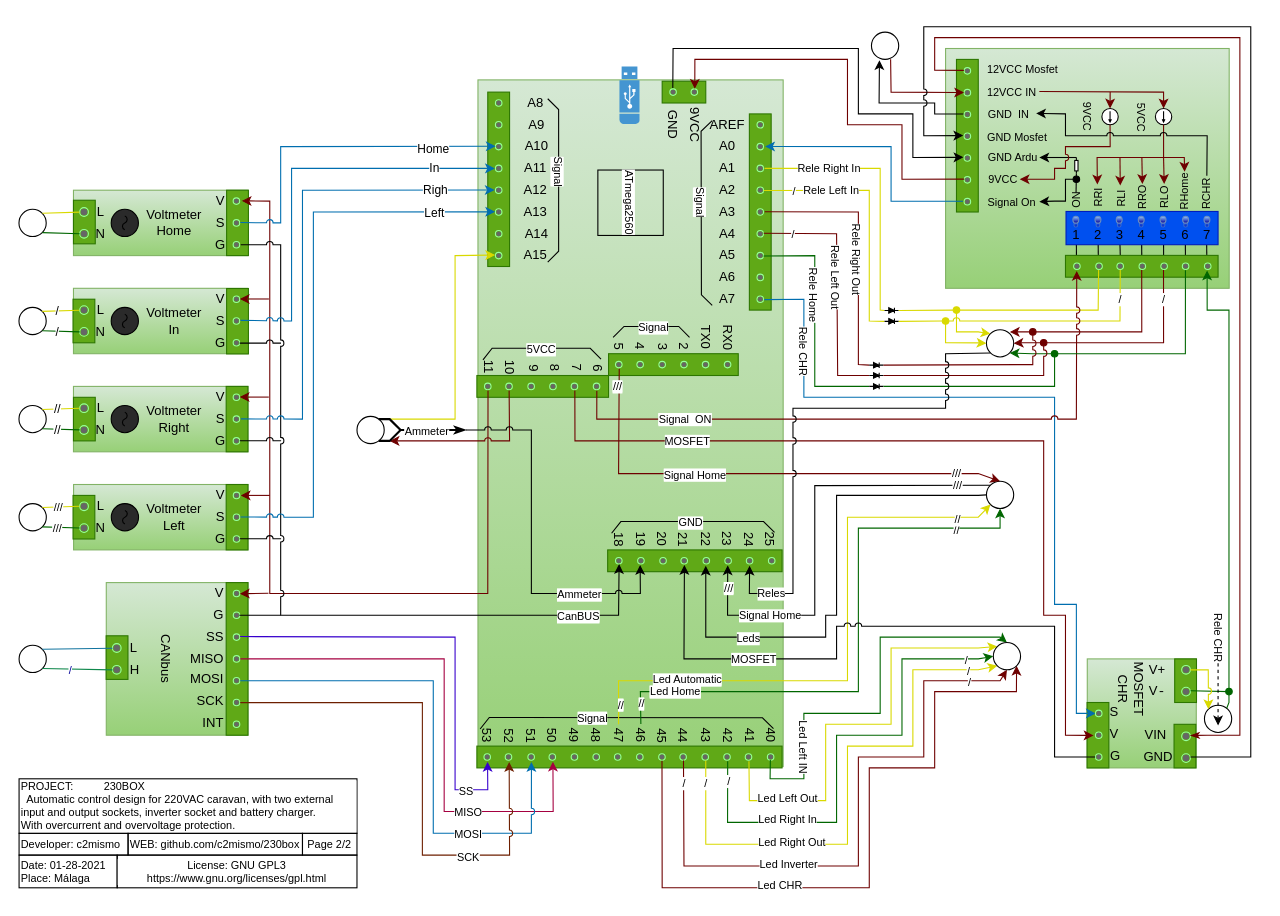
Earlier version of the draw.io diagram page "Página-2" (2 of 2) of high_voltage/documents/ElectricScheme/Electric_Scheme.drawio (c2mismo/caravan). Source tidied: cells renumbered, new cells numbered last; positions are measured from the earlier drawing's top-left corner, leaving out a move shared by most shapes. Both pictures are drawn from the tidied source at 109%, with x=0, y=0 at pixel (19, 26).
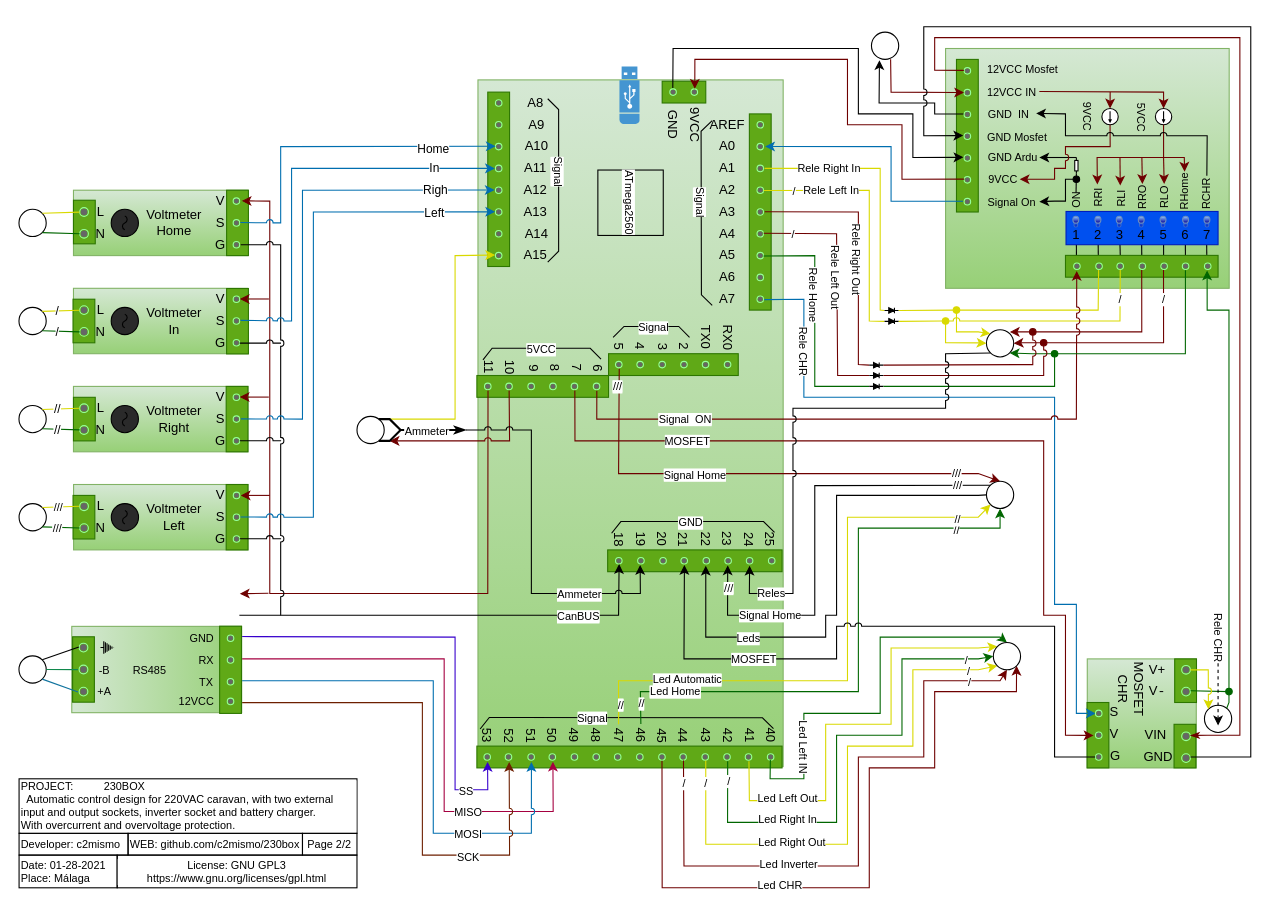
The same diagram, later.

Unchanged cells that the change refers to:
```xml
<mxCell id="76" style="dashed=0;labelPosition=right;align=left;shape=mxgraph.gmdl.radiobutton;strokeWidth=1;fontColor=#ffffff;strokeColor=#96FF9D;fillColor=#666666;" parent="1" vertex="1">
  <mxGeometry x="466.8" y="667" width="6" height="6" as="geometry" />
</mxCell>
<mxCell id="77" style="dashed=0;labelPosition=right;align=left;shape=mxgraph.gmdl.radiobutton;strokeWidth=1;fontColor=#ffffff;strokeColor=#96FF9D;fillColor=#666666;" parent="1" vertex="1">
  <mxGeometry x="446" y="667" width="6" height="6" as="geometry" />
</mxCell>
<mxCell id="78" style="dashed=0;labelPosition=right;align=left;shape=mxgraph.gmdl.radiobutton;strokeWidth=1;fontColor=#ffffff;strokeColor=#96FF9D;fillColor=#666666;" parent="1" vertex="1">
  <mxGeometry x="426.5" y="667" width="6" height="6" as="geometry" />
</mxCell>
```

Change to the diagram source:
```diff
@@
-    <mxCell id="10" style="rounded=0;whiteSpace=wrap;html=1;strokeColor=#82b366;fontSize=10;labelBackgroundColor=#2a2a2a;endFill=0;endSize=1;startFill=1;startArrow=classic;gradientColor=#97d077;fillColor=#d5e8d4;" parent="1" vertex="1">
-      <mxGeometry x="80" y="510" width="130" height="140" as="geometry" />
-    </mxCell>
-    <mxCell id="11" style="rounded=0;whiteSpace=wrap;html=1;labelBackgroundColor=#FFFFFF;strokeColor=#2D7600;fillColor=#60a917;fontSize=10;fontColor=#ffffff;align=center;" parent="1" vertex="1">
-      <mxGeometry x="79.9" y="558.8" width="20" height="40" as="geometry" />
-    </mxCell>
@@
-    <mxCell id="20" style="rounded=0;whiteSpace=wrap;html=1;labelBackgroundColor=#FFFFFF;strokeColor=#2D7600;fillColor=#60a917;fontSize=10;fontColor=#ffffff;align=center;" parent="1" vertex="1">
-      <mxGeometry x="190" y="510" width="20" height="140" as="geometry" />
-    </mxCell>
@@
     <mxCell id="166" style="ellipse;whiteSpace=wrap;html=1;strokeColor=#000000;" parent="1" vertex="1">
-      <mxGeometry y="567.5" width="25" height="25" as="geometry" />
+      <mxGeometry x="-0.1" y="577.2" width="25" height="25" as="geometry" />
     </mxCell>
@@
-    <mxCell id="291" style="dashed=0;labelPosition=right;align=left;shape=mxgraph.gmdl.radiobutton;strokeWidth=1;fontColor=#ffffff;strokeColor=#96FF9D;fillColor=#666666;" parent="1" vertex="1">
-      <mxGeometry x="85.6" y="566" width="8" height="8" as="geometry" />
-    </mxCell>
-    <mxCell id="292" style="dashed=0;labelPosition=right;align=left;shape=mxgraph.gmdl.radiobutton;strokeWidth=1;fontColor=#ffffff;strokeColor=#96FF9D;fillColor=#666666;" parent="1" vertex="1">
-      <mxGeometry x="85.6" y="586" width="8" height="8" as="geometry" />
-    </mxCell>
-    <mxCell id="293" style="dashed=0;labelPosition=right;align=left;shape=mxgraph.gmdl.radiobutton;strokeWidth=1;fontColor=#ffffff;strokeColor=#96FF9D;fillColor=#666666;" parent="1" vertex="1">
-      <mxGeometry x="196.5" y="617" width="6" height="6" as="geometry" />
-    </mxCell>
-    <mxCell id="294" style="dashed=0;labelPosition=right;align=left;shape=mxgraph.gmdl.radiobutton;strokeWidth=1;fontColor=#ffffff;strokeColor=#96FF9D;fillColor=#666666;" parent="1" vertex="1">
-      <mxGeometry x="196.5" y="637" width="6" height="6" as="geometry" />
-    </mxCell>
-    <mxCell id="295" style="dashed=0;labelPosition=right;align=left;shape=mxgraph.gmdl.radiobutton;strokeWidth=1;fontColor=#ffffff;strokeColor=#96FF9D;fillColor=#666666;" parent="1" vertex="1">
-      <mxGeometry x="196.5" y="597" width="6" height="6" as="geometry" />
-    </mxCell>
-    <mxCell id="296" value="&lt;font color=&quot;#000000&quot;&gt;CANbus&lt;br&gt;&lt;/font&gt;" style="text;html=1;strokeColor=none;fillColor=none;align=center;verticalAlign=middle;whiteSpace=wrap;rounded=0;rotation=90;" parent="1" vertex="1">
-      <mxGeometry x="110" y="568.9" width="50" height="22.2" as="geometry" />
-    </mxCell>
-    <mxCell id="297" value="&lt;font color=&quot;#000000&quot;&gt;H&lt;/font&gt;" style="text;html=1;strokeColor=none;fillColor=none;align=left;verticalAlign=middle;whiteSpace=wrap;rounded=0;" parent="1" vertex="1">
-      <mxGeometry x="99.9" y="581.2" width="10.1" height="17.5" as="geometry" />
-    </mxCell>
-    <mxCell id="298" value="&lt;font color=&quot;#000000&quot;&gt;MOSI&lt;/font&gt;" style="text;html=1;strokeColor=none;fillColor=none;align=right;verticalAlign=middle;whiteSpace=wrap;rounded=0;" parent="1" vertex="1">
-      <mxGeometry x="160" y="594" width="30" height="10" as="geometry" />
-    </mxCell>
-    <mxCell id="299" value="&lt;font color=&quot;#000000&quot;&gt;SCK&lt;/font&gt;" style="text;html=1;strokeColor=none;fillColor=none;align=right;verticalAlign=middle;whiteSpace=wrap;rounded=0;" parent="1" vertex="1">
-      <mxGeometry x="160" y="614" width="30" height="10" as="geometry" />
-    </mxCell>
-    <mxCell id="300" value="&lt;font color=&quot;#000000&quot;&gt;INT&lt;/font&gt;" style="text;html=1;strokeColor=none;fillColor=none;align=right;verticalAlign=middle;whiteSpace=wrap;rounded=0;" parent="1" vertex="1">
-      <mxGeometry x="160" y="634" width="30" height="10" as="geometry" />
-    </mxCell>
-    <mxCell id="301" style="dashed=0;labelPosition=right;align=left;shape=mxgraph.gmdl.radiobutton;strokeWidth=1;fontColor=#ffffff;strokeColor=#96FF9D;fillColor=#666666;" parent="1" vertex="1">
-      <mxGeometry x="196.5" y="557" width="6" height="6" as="geometry" />
-    </mxCell>
-    <mxCell id="302" style="dashed=0;labelPosition=right;align=left;shape=mxgraph.gmdl.radiobutton;strokeWidth=1;fontColor=#ffffff;strokeColor=#96FF9D;fillColor=#666666;" parent="1" vertex="1">
-      <mxGeometry x="196.5" y="577" width="6" height="6" as="geometry" />
-    </mxCell>
-    <mxCell id="303" style="dashed=0;labelPosition=right;align=left;shape=mxgraph.gmdl.radiobutton;strokeWidth=1;fontColor=#ffffff;strokeColor=#96FF9D;fillColor=#666666;" parent="1" vertex="1">
-      <mxGeometry x="196.5" y="537" width="6" height="6" as="geometry" />
-    </mxCell>
-    <mxCell id="304" style="dashed=0;labelPosition=right;align=left;shape=mxgraph.gmdl.radiobutton;strokeWidth=1;fontColor=#ffffff;strokeColor=#96FF9D;fillColor=#666666;" parent="1" vertex="1">
-      <mxGeometry x="196.5" y="517" width="6" height="6" as="geometry" />
-    </mxCell>
-    <mxCell id="305" value="&lt;font color=&quot;#000000&quot;&gt;G&lt;/font&gt;" style="text;html=1;strokeColor=none;fillColor=none;align=right;verticalAlign=middle;whiteSpace=wrap;rounded=0;" parent="1" vertex="1">
-      <mxGeometry x="160" y="535" width="30" height="10" as="geometry" />
-    </mxCell>
-    <mxCell id="306" value="&lt;font color=&quot;#000000&quot;&gt;SS&lt;/font&gt;" style="text;html=1;strokeColor=none;fillColor=none;align=right;verticalAlign=middle;whiteSpace=wrap;rounded=0;" parent="1" vertex="1">
-      <mxGeometry x="160" y="555" width="30" height="10" as="geometry" />
-    </mxCell>
-    <mxCell id="307" value="&lt;font color=&quot;#000000&quot;&gt;MISO&lt;/font&gt;" style="text;html=1;strokeColor=none;fillColor=none;align=right;verticalAlign=middle;whiteSpace=wrap;rounded=0;" parent="1" vertex="1">
-      <mxGeometry x="160" y="575" width="30" height="10" as="geometry" />
-    </mxCell>
-    <mxCell id="308" value="&lt;font color=&quot;#000000&quot;&gt;V&lt;/font&gt;" style="text;html=1;strokeColor=none;fillColor=none;align=right;verticalAlign=middle;whiteSpace=wrap;rounded=0;" parent="1" vertex="1">
-      <mxGeometry x="160" y="515" width="30" height="10" as="geometry" />
-    </mxCell>
-    <mxCell id="309" value="&lt;font color=&quot;#000000&quot;&gt;L&lt;/font&gt;" style="text;html=1;strokeColor=none;fillColor=none;align=left;verticalAlign=middle;whiteSpace=wrap;rounded=0;" parent="1" vertex="1">
-      <mxGeometry x="99.9" y="561.2" width="10.1" height="17.5" as="geometry" />
-    </mxCell>
@@
-    <mxCell id="354" style="endArrow=none;html=1;fontSize=10;startArrow=none;startFill=0;rounded=0;endFill=0;strokeColor=#000000;jumpStyle=arc;exitX=0.94;exitY=0.5;exitDx=0;exitDy=0;exitPerimeter=0;" parent="1" edge="1" source="303">
+    <mxCell id="354" style="endArrow=none;html=1;fontSize=10;startArrow=none;startFill=0;rounded=0;endFill=0;strokeColor=#000000;jumpStyle=arc;exitX=0.94;exitY=0.5;exitDx=0;exitDy=0;exitPerimeter=0;" parent="1" edge="1">
       <mxGeometry relative="1" as="geometry">
+        <mxPoint x="202.1" y="540" as="sourcePoint" />
         <mxPoint x="240" y="540" as="targetPoint" />
       </mxGeometry>
     </mxCell>
@@
-    <mxCell id="387" style="endArrow=classic;html=1;fontSize=10;startArrow=none;startFill=0;rounded=0;endFill=1;jumpStyle=arc;fillColor=#6a00ff;strokeColor=#3700CC;exitX=1.047;exitY=0.417;exitDx=0;exitDy=0;exitPerimeter=0;entryX=0.549;entryY=1.247;entryDx=0;entryDy=0;entryPerimeter=0;" parent="1" edge="1" source="301" target="78">
+    <mxCell id="387" style="endArrow=classic;html=1;fontSize=10;startArrow=none;startFill=0;rounded=0;endFill=1;jumpStyle=arc;fillColor=#6a00ff;strokeColor=#3700CC;exitX=1.047;exitY=0.417;exitDx=0;exitDy=0;exitPerimeter=0;entryX=0.549;entryY=1.247;entryDx=0;entryDy=0;entryPerimeter=0;" parent="1" edge="1" target="78">
       <mxGeometry relative="1" as="geometry">
+        <mxPoint x="202.8" y="559.5" as="sourcePoint" />
         <Array as="points">
           <mxPoint x="400" y="560" />
           <mxPoint x="400" y="700" />
           <mxPoint x="430" y="700" />
         </Array>
       </mxGeometry>
     </mxCell>
@@
-    <mxCell id="391" style="endArrow=classic;html=1;fontSize=10;startArrow=none;startFill=0;rounded=0;endFill=1;jumpStyle=arc;fillColor=#1ba1e2;strokeColor=#006EAF;exitX=1.065;exitY=0.515;exitDx=0;exitDy=0;exitPerimeter=0;entryX=0.543;entryY=1.26;entryDx=0;entryDy=0;entryPerimeter=0;" parent="1" edge="1" source="295" target="76">
+    <mxCell id="391" style="endArrow=classic;html=1;fontSize=10;startArrow=none;startFill=0;rounded=0;endFill=1;jumpStyle=arc;fillColor=#1ba1e2;strokeColor=#006EAF;exitX=1.065;exitY=0.515;exitDx=0;exitDy=0;exitPerimeter=0;entryX=0.543;entryY=1.26;entryDx=0;entryDy=0;entryPerimeter=0;" parent="1" edge="1" target="76">
       <mxGeometry relative="1" as="geometry">
+        <mxPoint x="202.9" y="600.1" as="sourcePoint" />
         <Array as="points">
           <mxPoint x="380" y="600" />
           <mxPoint x="380" y="740" />
           <mxPoint x="470" y="740" />
         </Array>
       </mxGeometry>
     </mxCell>
@@
-    <mxCell id="393" style="endArrow=classic;html=1;fontSize=10;startArrow=none;startFill=0;rounded=0;endFill=1;jumpStyle=arc;fillColor=#a0522d;strokeColor=#6D1F00;exitX=1.065;exitY=0.524;exitDx=0;exitDy=0;exitPerimeter=0;entryX=0.606;entryY=1.26;entryDx=0;entryDy=0;entryPerimeter=0;" parent="1" edge="1" source="293" target="77">
+    <mxCell id="393" style="endArrow=classic;html=1;fontSize=10;startArrow=none;startFill=0;rounded=0;endFill=1;jumpStyle=arc;fillColor=#a0522d;strokeColor=#6D1F00;exitX=1.065;exitY=0.524;exitDx=0;exitDy=0;exitPerimeter=0;entryX=0.606;entryY=1.26;entryDx=0;entryDy=0;entryPerimeter=0;" parent="1" edge="1" target="77">
       <mxGeometry relative="1" as="geometry">
+        <mxPoint x="202.9" y="620.1" as="sourcePoint" />
         <Array as="points">
           <mxPoint x="370" y="620" />
           <mxPoint x="370" y="760" />
           <mxPoint x="450" y="760" />
         </Array>
       </mxGeometry>
     </mxCell>
@@
-    <mxCell id="395" style="endArrow=none;html=1;fontSize=10;startArrow=none;startFill=0;rounded=0;endFill=0;jumpStyle=arc;fillColor=#b0e3e6;strokeColor=#10884C;entryX=1;entryY=1;entryDx=0;entryDy=0;exitX=0.021;exitY=0.508;exitDx=0;exitDy=0;exitPerimeter=0;" parent="1" edge="1" source="292" target="166">
-      <mxGeometry relative="1" as="geometry" />
-    </mxCell>
-    <mxCell id="396" value="&lt;span style=&quot;background-color: rgb(255 , 255 , 255)&quot;&gt;&lt;font color=&quot;#000099&quot;&gt;/&lt;/font&gt;&lt;/span&gt;" style="edgeLabel;html=1;align=center;verticalAlign=middle;fontSize=10;fontColor=#000000;" parent="395" vertex="1">
-      <mxGeometry x="0.21" relative="1" as="geometry" />
-    </mxCell>
-    <mxCell id="397" style="endArrow=none;html=1;fontSize=10;startArrow=none;startFill=0;rounded=0;endFill=0;jumpStyle=arc;fillColor=#b1ddf0;strokeColor=#10739e;entryX=1;entryY=0;entryDx=0;entryDy=0;exitX=0.007;exitY=0.524;exitDx=0;exitDy=0;exitPerimeter=0;" parent="1" edge="1" source="291" target="166">
-      <mxGeometry relative="1" as="geometry" />
-    </mxCell>
@@
+    <mxCell id="450" style="rounded=0;whiteSpace=wrap;html=1;strokeColor=#82b366;fontSize=10;align=center;gradientColor=#97d077;labelBackgroundColor=#2a2a2a;endFill=0;endSize=1;startFill=1;startArrow=classic;fillColor=#d5e8d4;rotation=-90;" parent="1" vertex="1">
+      <mxGeometry x="86.7" y="511.8" width="79.2" height="155.9" as="geometry" />
+    </mxCell>
+    <mxCell id="451" value="+A" style="text;html=1;strokeColor=none;fillColor=none;align=center;verticalAlign=middle;whiteSpace=wrap;rounded=0;fontSize=10;fontColor=#000000;rotation=0;spacing=0;" parent="1" vertex="1">
+      <mxGeometry x="71.6" y="606" width="13" height="8" as="geometry" />
+    </mxCell>
+    <mxCell id="452" value="-B" style="text;html=1;strokeColor=none;fillColor=none;align=center;verticalAlign=middle;whiteSpace=wrap;rounded=0;fontSize=10;fontColor=#000000;rotation=0;spacing=0;" parent="1" vertex="1">
+      <mxGeometry x="71.5" y="586" width="13" height="8" as="geometry" />
+    </mxCell>
+    <mxCell id="453" value="RS485" style="text;html=1;strokeColor=none;fillColor=none;align=center;verticalAlign=middle;whiteSpace=wrap;rounded=0;fontSize=10;fontColor=#000000;rotation=0;spacing=0;" parent="1" vertex="1">
+      <mxGeometry x="100" y="585.7" width="40" height="8" as="geometry" />
+    </mxCell>
+    <mxCell id="454" value="12VCC" style="text;html=1;strokeColor=none;fillColor=none;align=center;verticalAlign=middle;whiteSpace=wrap;rounded=0;fontSize=10;fontColor=#000000;rotation=0;spacing=0;" parent="1" vertex="1">
+      <mxGeometry x="145.9" y="615" width="34" height="8" as="geometry" />
+    </mxCell>
+    <mxCell id="455" value="GND" style="text;html=1;strokeColor=none;fillColor=none;align=center;verticalAlign=middle;whiteSpace=wrap;rounded=0;fontSize=10;fontColor=#000000;rotation=0;spacing=0;" parent="1" vertex="1">
+      <mxGeometry x="155.8" y="556.6" width="24.1" height="8" as="geometry" />
+    </mxCell>
+    <mxCell id="456" value="RX" style="text;html=1;strokeColor=none;fillColor=none;align=center;verticalAlign=middle;whiteSpace=wrap;rounded=0;fontSize=10;fontColor=#000000;rotation=0;spacing=0;" parent="1" vertex="1">
+      <mxGeometry x="163.8" y="577" width="16.1" height="8" as="geometry" />
+    </mxCell>
+    <mxCell id="457" value="TX" style="text;html=1;strokeColor=none;fillColor=none;align=center;verticalAlign=middle;whiteSpace=wrap;rounded=0;fontSize=10;fontColor=#000000;rotation=0;spacing=0;" parent="1" vertex="1">
+      <mxGeometry x="163.8" y="597" width="16.1" height="8" as="geometry" />
+    </mxCell>
+    <mxCell id="458" style="verticalLabelPosition=bottom;shadow=0;dashed=0;align=center;html=1;verticalAlign=top;shape=mxgraph.electrical.signal_sources.protective_earth;fontColor=#080808;strokeColor=#000000;direction=north;" parent="1" vertex="1">
+      <mxGeometry x="74.7" y="563.9" width="12" height="11.4" as="geometry" />
+    </mxCell>
+    <mxCell id="459" style="rounded=0;whiteSpace=wrap;html=1;labelBackgroundColor=#FFFFFF;strokeColor=#2D7600;fillColor=#60a917;fontSize=10;fontColor=#ffffff;align=center;" parent="1" vertex="1">
+      <mxGeometry x="184" y="550" width="20" height="80" as="geometry" />
+    </mxCell>
+    <mxCell id="460" style="rounded=0;whiteSpace=wrap;html=1;labelBackgroundColor=#FFFFFF;strokeColor=#2D7600;fillColor=#60a917;fontSize=10;fontColor=#ffffff;align=center;" parent="1" vertex="1">
+      <mxGeometry x="49.1" y="559.7" width="20" height="60" as="geometry" />
+    </mxCell>
+    <mxCell id="461" style="dashed=0;labelPosition=right;align=left;shape=mxgraph.gmdl.radiobutton;strokeWidth=1;fontColor=#ffffff;strokeColor=#96FF9D;fillColor=#666666;" parent="1" vertex="1">
+      <mxGeometry x="191" y="558" width="6" height="6" as="geometry" />
+    </mxCell>
+    <mxCell id="462" style="dashed=0;labelPosition=right;align=left;shape=mxgraph.gmdl.radiobutton;strokeWidth=1;fontColor=#ffffff;strokeColor=#96FF9D;fillColor=#666666;" parent="1" vertex="1">
+      <mxGeometry x="191" y="578" width="6" height="6" as="geometry" />
+    </mxCell>
+    <mxCell id="463" style="dashed=0;labelPosition=right;align=left;shape=mxgraph.gmdl.radiobutton;strokeWidth=1;fontColor=#ffffff;strokeColor=#96FF9D;fillColor=#666666;" parent="1" vertex="1">
+      <mxGeometry x="191" y="598" width="6" height="6" as="geometry" />
+    </mxCell>
+    <mxCell id="464" style="dashed=0;labelPosition=right;align=left;shape=mxgraph.gmdl.radiobutton;strokeWidth=1;fontColor=#ffffff;strokeColor=#96FF9D;fillColor=#666666;" parent="1" vertex="1">
+      <mxGeometry x="191" y="616" width="6" height="6" as="geometry" />
+    </mxCell>
+    <mxCell id="465" style="dashed=0;labelPosition=right;align=left;shape=mxgraph.gmdl.radiobutton;strokeWidth=1;fontColor=#ffffff;strokeColor=#96FF9D;fillColor=#666666;rotation=0;" parent="1" vertex="1">
+      <mxGeometry x="55.1" y="565.6" width="8" height="8" as="geometry" />
+    </mxCell>
+    <mxCell id="466" style="dashed=0;labelPosition=right;align=left;shape=mxgraph.gmdl.radiobutton;strokeWidth=1;fontColor=#ffffff;fillColor=#666666;rotation=0;strokeColor=#96FF9D;" parent="1" vertex="1">
+      <mxGeometry x="55.1" y="585.7" width="8" height="8" as="geometry" />
+    </mxCell>
+    <mxCell id="467" style="dashed=0;labelPosition=right;align=left;shape=mxgraph.gmdl.radiobutton;strokeWidth=1;fontColor=#ffffff;strokeColor=#96FF9D;fillColor=#666666;rotation=0;" parent="1" vertex="1">
+      <mxGeometry x="55.1" y="606" width="8" height="8" as="geometry" />
+    </mxCell>
+    <mxCell id="395" style="endArrow=none;html=1;fontSize=10;startArrow=none;startFill=0;rounded=0;endFill=0;jumpStyle=arc;fillColor=#b0e3e6;strokeColor=#10884C;entryX=1;entryY=0.5;entryDx=0;entryDy=0;exitX=-0.122;exitY=0.52;exitDx=0;exitDy=0;exitPerimeter=0;" parent="1" edge="1" source="466" target="166">
+      <mxGeometry relative="1" as="geometry" />
+    </mxCell>
+    <mxCell id="397" style="endArrow=none;html=1;fontSize=10;startArrow=none;startFill=0;rounded=0;endFill=0;jumpStyle=arc;fillColor=#b1ddf0;strokeColor=#10739e;exitX=-0.122;exitY=0.556;exitDx=0;exitDy=0;exitPerimeter=0;entryX=1;entryY=1;entryDx=0;entryDy=0;" parent="1" edge="1" source="467" target="166">
+      <mxGeometry relative="1" as="geometry" />
+    </mxCell>
+    <mxCell id="468" style="rounded=0;jettySize=auto;html=1;fontSize=12;endArrow=none;endFill=0;strokeColor=#000000;startArrow=none;startFill=0;entryX=1;entryY=0;entryDx=0;entryDy=0;exitX=-0.029;exitY=0.444;exitDx=0;exitDy=0;exitPerimeter=0;" parent="1" edge="1" source="465" target="166">
+      <mxGeometry relative="1" as="geometry" />
+    </mxCell>
```
